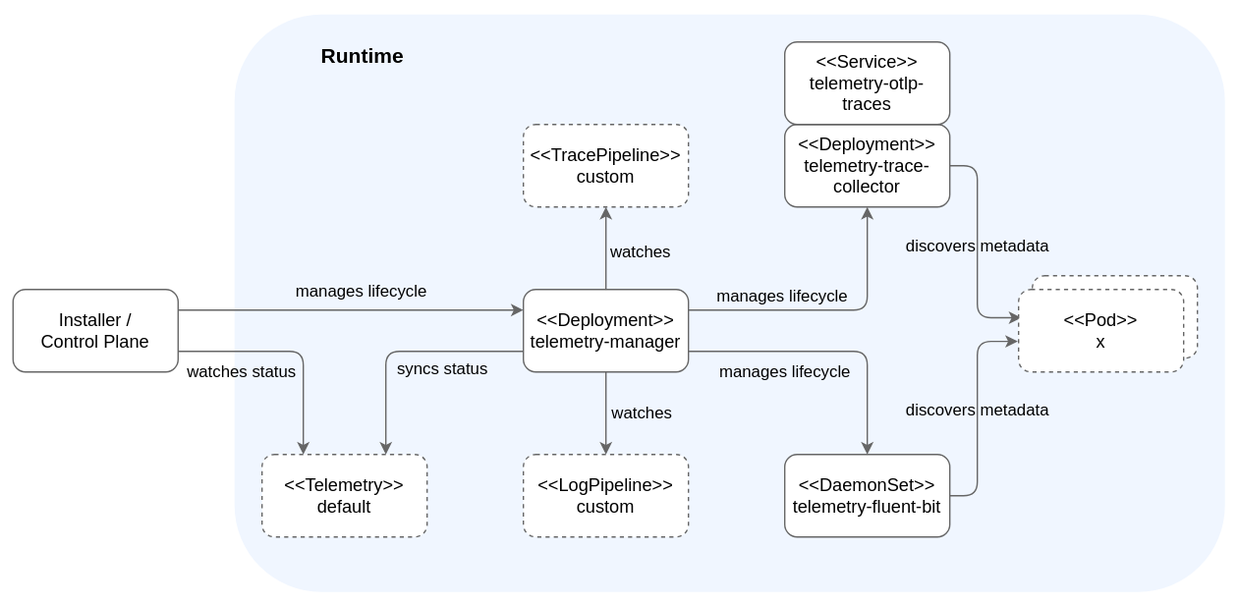
Earlier version of the draw.io export docs/user/assets/manager-lifecycle.drawio.svg (kyma-project/telemetry-manager). Source tidied: cells renumbered, new cells last; positions are measured from the earlier drawing's top-left corner, leaving out a move shared by most shapes.
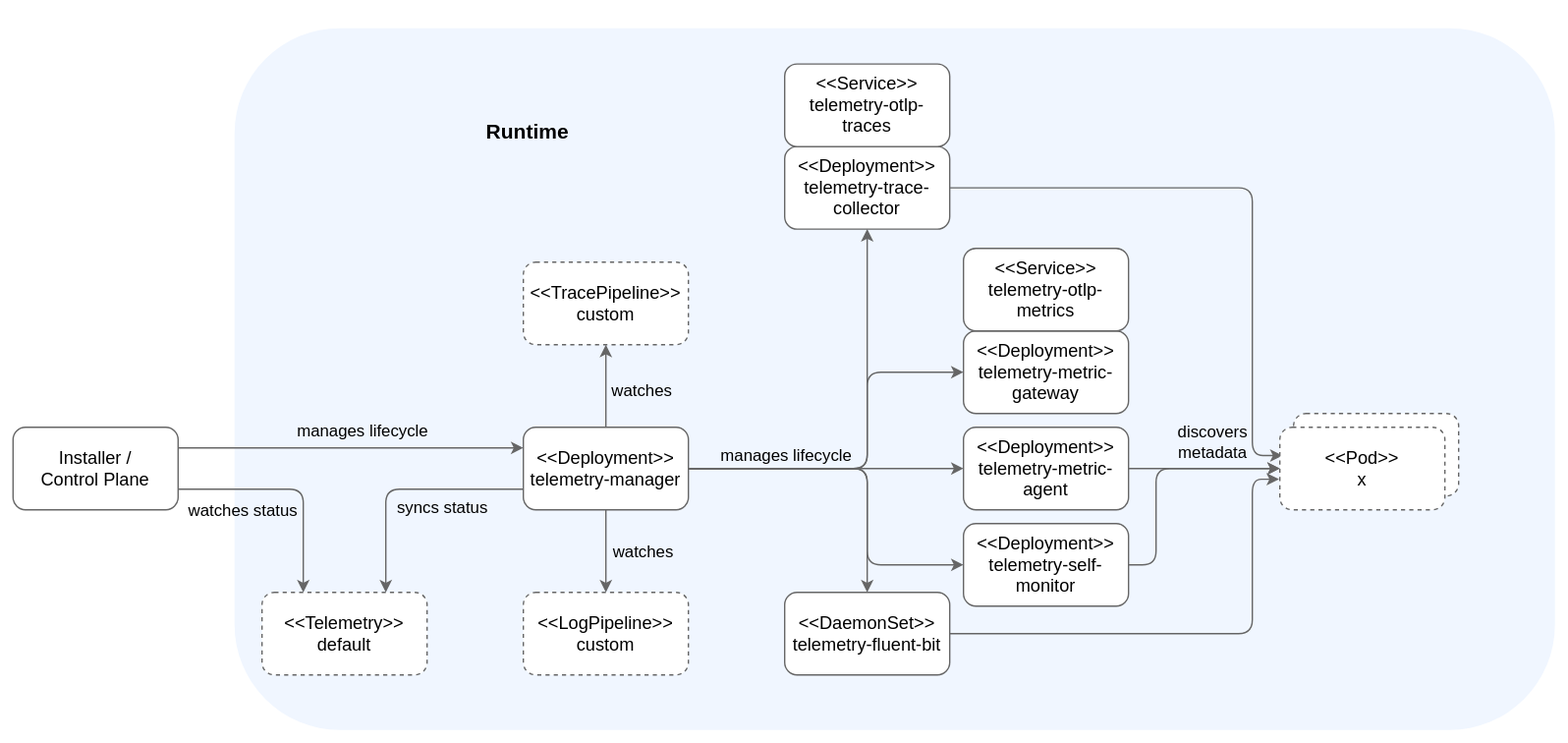
After the commit.

Commit message:
docs: Add self-monitor to architecture figures

Diff of the diagram source:
```diff
@@ -3,27 +3,22 @@
     <mxCell id="0" />
     <mxCell id="1" parent="0" />
     <mxCell id="2" style="rounded=0;whiteSpace=wrap;html=1;strokeColor=none;" parent="1" vertex="1">
-      <mxGeometry width="900" height="440" as="geometry" />
+      <mxGeometry y="-100" width="1140" height="540" as="geometry" />
     </mxCell>
     <mxCell id="3" value="&lt;b&gt;&lt;font style=&quot;font-size: 15px;&quot;&gt;Runtime&amp;nbsp; &amp;nbsp; &amp;nbsp; &amp;nbsp; &amp;nbsp; &amp;nbsp; &amp;nbsp; &amp;nbsp; &amp;nbsp; &amp;nbsp; &amp;nbsp; &amp;nbsp; &amp;nbsp; &amp;nbsp; &amp;nbsp; &amp;nbsp; &amp;nbsp; &amp;nbsp; &amp;nbsp; &amp;nbsp; &amp;nbsp; &amp;nbsp; &amp;nbsp; &amp;nbsp; &amp;nbsp; &amp;nbsp; &amp;nbsp; &amp;nbsp; &amp;nbsp; &amp;nbsp; &amp;nbsp; &amp;nbsp; &amp;nbsp; &amp;nbsp; &amp;nbsp; &amp;nbsp; &amp;nbsp; &amp;nbsp; &amp;nbsp; &amp;nbsp; &amp;nbsp; &amp;nbsp; &amp;nbsp; &amp;nbsp; &amp;nbsp; &amp;nbsp; &amp;nbsp; &amp;nbsp; &amp;nbsp; &amp;nbsp; &amp;nbsp; &amp;nbsp; &amp;nbsp; &amp;nbsp; &amp;nbsp; &amp;nbsp; &amp;nbsp; &amp;nbsp; &amp;nbsp; &amp;nbsp; &amp;nbsp; &amp;nbsp; &amp;nbsp; &amp;nbsp;&amp;nbsp;&lt;br&gt;&lt;br&gt;&lt;br&gt;&lt;br&gt;&lt;br&gt;&lt;br&gt;&lt;br&gt;&lt;br&gt;&lt;br&gt;&lt;br&gt;&lt;br&gt;&lt;br&gt;&lt;br&gt;&lt;br&gt;&lt;br&gt;&lt;br&gt;&lt;br&gt;&lt;br&gt;&lt;br&gt;&lt;br&gt;&lt;br&gt;&lt;/font&gt;&lt;/b&gt;" style="rounded=1;whiteSpace=wrap;html=1;strokeColor=none;fillColor=#F0F6FF;" parent="1" vertex="1">
-      <mxGeometry x="170" y="10" width="720" height="420" as="geometry" />
+      <mxGeometry x="170" y="-80" width="960" height="510" as="geometry" />
     </mxCell>
-    <mxCell id="4" style="edgeStyle=orthogonalEdgeStyle;html=1;exitX=1;exitY=0.25;exitDx=0;exitDy=0;entryX=0.5;entryY=1;entryDx=0;entryDy=0;elbow=vertical;rounded=1;strokeColor=#666666;" parent="1" edge="1" source="12" target="16">
+    <mxCell id="4" style="edgeStyle=orthogonalEdgeStyle;html=1;exitX=1;exitY=0.5;exitDx=0;exitDy=0;entryX=0.5;entryY=1;entryDx=0;entryDy=0;elbow=vertical;rounded=1;strokeColor=#666666;" parent="1" edge="1" source="12" target="16">
       <mxGeometry relative="1" as="geometry" />
     </mxCell>
     <mxCell id="5" value="&lt;font style=&quot;font-size: 12px;&quot;&gt;manages lifecycle&lt;/font&gt;" style="edgeLabel;html=1;align=center;verticalAlign=middle;labelBackgroundColor=none;fontSize=12;" parent="4" vertex="1">
       <mxGeometry x="0.07" y="4" relative="1" as="geometry">
-        <mxPoint x="-42" y="-6" as="offset" />
+        <mxPoint x="-56" y="22" as="offset" />
       </mxGeometry>
     </mxCell>
-    <mxCell id="6" style="edgeStyle=orthogonalEdgeStyle;rounded=1;html=1;exitX=1;exitY=0.75;exitDx=0;exitDy=0;entryX=0.5;entryY=0;entryDx=0;entryDy=0;elbow=vertical;strokeColor=#666666;" parent="1" edge="1" source="12" target="22">
+    <mxCell id="6" style="edgeStyle=orthogonalEdgeStyle;rounded=1;html=1;exitX=1;exitY=0.5;exitDx=0;exitDy=0;entryX=0.5;entryY=0;entryDx=0;entryDy=0;elbow=vertical;strokeColor=#666666;" parent="1" edge="1" source="12" target="22">
       <mxGeometry relative="1" as="geometry" />
     </mxCell>
-    <mxCell id="7" value="manages lifecycle" style="edgeLabel;html=1;align=center;verticalAlign=middle;fontSize=12;labelBackgroundColor=none;" parent="6" vertex="1">
-      <mxGeometry x="0.46" y="2" relative="1" as="geometry">
-        <mxPoint x="-62" y="-5" as="offset" />
-      </mxGeometry>
-    </mxCell>
     <mxCell id="8" style="edgeStyle=orthogonalEdgeStyle;rounded=1;html=1;exitX=0.5;exitY=0;exitDx=0;exitDy=0;entryX=0.5;entryY=1;entryDx=0;entryDy=0;elbow=vertical;strokeColor=#666666;" parent="1" edge="1" source="12" target="23">
       <mxGeometry relative="1" as="geometry" />
     </mxCell>
@@ -44,23 +39,23 @@
       <mxGeometry x="380" y="210" width="120" height="60" as="geometry" />
     </mxCell>
     <mxCell id="13" value="&amp;lt;&amp;lt;Pod&amp;gt;&amp;gt;&lt;br&gt;all" style="rounded=1;whiteSpace=wrap;html=1;dashed=1;strokeColor=#666666;" parent="1" vertex="1">
-      <mxGeometry x="750" y="200" width="120" height="60" as="geometry" />
+      <mxGeometry x="940" y="200" width="120" height="60" as="geometry" />
     </mxCell>
     <mxCell id="14" style="edgeStyle=orthogonalEdgeStyle;rounded=1;html=1;exitX=1;exitY=0.5;exitDx=0;exitDy=0;entryX=0.016;entryY=0.343;entryDx=0;entryDy=0;elbow=vertical;strokeColor=#666666;entryPerimeter=0;" parent="1" edge="1" source="16" target="24">
       <mxGeometry relative="1" as="geometry">
         <Array as="points">
-          <mxPoint x="710" y="120" />
-          <mxPoint x="710" y="231" />
+          <mxPoint x="910" y="36" />
+          <mxPoint x="910" y="231" />
         </Array>
       </mxGeometry>
     </mxCell>
-    <mxCell id="15" value="discovers metadata" style="edgeLabel;html=1;align=center;verticalAlign=middle;fontSize=12;labelBackgroundColor=none;" parent="14" vertex="1">
+    <mxCell id="15" value="discovers&lt;div&gt;metadata&lt;/div&gt;" style="edgeLabel;html=1;align=center;verticalAlign=middle;fontSize=12;labelBackgroundColor=none;" parent="14" vertex="1">
       <mxGeometry x="-0.1" relative="1" as="geometry">
-        <mxPoint y="6" as="offset" />
+        <mxPoint x="-6" y="184" as="offset" />
       </mxGeometry>
     </mxCell>
     <mxCell id="16" value="&lt;font style=&quot;font-size: 13px;&quot;&gt;&amp;lt;&amp;lt;Deployment&amp;gt;&amp;gt;&lt;br&gt;telemetry-trace-collector&lt;/font&gt;" style="rounded=1;whiteSpace=wrap;html=1;strokeColor=#666666;" parent="1" vertex="1">
-      <mxGeometry x="570" y="90" width="120" height="60" as="geometry" />
+      <mxGeometry x="570" y="6" width="120" height="60" as="geometry" />
     </mxCell>
     <mxCell id="17" style="edgeStyle=orthogonalEdgeStyle;rounded=1;html=1;exitX=1;exitY=0.75;exitDx=0;exitDy=0;entryX=0.25;entryY=0;entryDx=0;entryDy=0;elbow=vertical;strokeColor=#666666;" parent="1" edge="1" source="19" target="27">
       <mxGeometry relative="1" as="geometry">
@@ -80,16 +75,11 @@
     <mxCell id="20" style="edgeStyle=orthogonalEdgeStyle;rounded=1;html=1;exitX=1;exitY=0.5;exitDx=0;exitDy=0;entryX=-0.005;entryY=0.63;entryDx=0;entryDy=0;elbow=vertical;strokeColor=#666666;entryPerimeter=0;" parent="1" edge="1" source="22" target="24">
       <mxGeometry relative="1" as="geometry">
         <Array as="points">
-          <mxPoint x="710" y="360" />
-          <mxPoint x="710" y="248" />
+          <mxPoint x="910" y="360" />
+          <mxPoint x="910" y="248" />
         </Array>
       </mxGeometry>
     </mxCell>
-    <mxCell id="21" value="discovers metadata" style="edgeLabel;html=1;align=center;verticalAlign=middle;fontSize=12;labelBackgroundColor=none;" parent="20" vertex="1">
-      <mxGeometry x="0.2" y="-1" relative="1" as="geometry">
-        <mxPoint x="-1" y="15" as="offset" />
-      </mxGeometry>
-    </mxCell>
     <mxCell id="22" value="&amp;lt;&amp;lt;DaemonSet&amp;gt;&amp;gt;&lt;br style=&quot;font-size: 13px;&quot;&gt;telemetry-fluent-bit" style="rounded=1;whiteSpace=wrap;html=1;strokeColor=#666666;fontSize=13;" parent="1" vertex="1">
       <mxGeometry x="570" y="330" width="120" height="60" as="geometry" />
     </mxCell>
@@ -97,13 +87,13 @@
       <mxGeometry x="380" y="90" width="120" height="60" as="geometry" />
     </mxCell>
     <mxCell id="24" value="&lt;font style=&quot;font-size: 13px;&quot;&gt;&amp;lt;&amp;lt;Pod&amp;gt;&amp;gt;&lt;br&gt;x&lt;/font&gt;" style="rounded=1;whiteSpace=wrap;html=1;dashed=1;strokeColor=#666666;" parent="1" vertex="1">
-      <mxGeometry x="740" y="210" width="120" height="60" as="geometry" />
+      <mxGeometry x="930" y="210" width="120" height="60" as="geometry" />
     </mxCell>
     <mxCell id="25" value="&amp;lt;&amp;lt;LogPipeline&amp;gt;&amp;gt;&lt;br style=&quot;font-size: 13px;&quot;&gt;custom" style="rounded=1;whiteSpace=wrap;html=1;dashed=1;strokeColor=#666666;fontSize=13;" parent="1" vertex="1">
       <mxGeometry x="380" y="330" width="120" height="60" as="geometry" />
     </mxCell>
     <mxCell id="26" value="&amp;lt;&amp;lt;Service&amp;gt;&amp;gt;&lt;br style=&quot;font-size: 13px;&quot;&gt;telemetry-otlp-traces" style="rounded=1;whiteSpace=wrap;html=1;strokeColor=#666666;fontSize=13;" parent="1" vertex="1">
-      <mxGeometry x="570" y="30" width="120" height="60" as="geometry" />
+      <mxGeometry x="570" y="-54" width="120" height="60" as="geometry" />
     </mxCell>
     <mxCell id="27" value="&amp;lt;&amp;lt;Telemetry&amp;gt;&amp;gt;&lt;br style=&quot;font-size: 13px;&quot;&gt;default" style="rounded=1;whiteSpace=wrap;html=1;dashed=1;strokeColor=#666666;fontSize=13;" parent="1" vertex="1">
       <mxGeometry x="190" y="330" width="120" height="60" as="geometry" />
@@ -124,5 +114,52 @@
         <mxPoint x="-57" y="-14" as="offset" />
       </mxGeometry>
     </mxCell>
+    <mxCell id="32" value="&amp;lt;&amp;lt;Deployment&amp;gt;&amp;gt;&lt;br style=&quot;font-size: 13px;&quot;&gt;telemetry-self-monitor" style="rounded=1;whiteSpace=wrap;html=1;strokeColor=#666666;fontSize=13;" parent="1" vertex="1">
+      <mxGeometry x="700" y="280" width="120" height="60" as="geometry" />
+    </mxCell>
+    <mxCell id="33" value="&amp;lt;&amp;lt;Deployment&amp;gt;&amp;gt;&lt;br style=&quot;font-size: 13px;&quot;&gt;telemetry-metric-gateway" style="rounded=1;whiteSpace=wrap;html=1;strokeColor=#666666;fontSize=13;" parent="1" vertex="1">
+      <mxGeometry x="700" y="140" width="120" height="60" as="geometry" />
+    </mxCell>
+    <mxCell id="34" value="&amp;lt;&amp;lt;Deployment&amp;gt;&amp;gt;&lt;br style=&quot;font-size: 13px;&quot;&gt;telemetry-metric-agent" style="rounded=1;whiteSpace=wrap;html=1;strokeColor=#666666;fontSize=13;" parent="1" vertex="1">
+      <mxGeometry x="700" y="210" width="120" height="60" as="geometry" />
+    </mxCell>
+    <mxCell id="35" style="edgeStyle=orthogonalEdgeStyle;html=1;exitX=1;exitY=0.5;exitDx=0;exitDy=0;entryX=0;entryY=0.5;entryDx=0;entryDy=0;elbow=vertical;rounded=1;strokeColor=#666666;" parent="1" edge="1" source="12" target="33">
+      <mxGeometry relative="1" as="geometry">
+        <Array as="points">
+          <mxPoint x="630" y="240" />
+          <mxPoint x="630" y="170" />
+        </Array>
+      </mxGeometry>
+    </mxCell>
+    <mxCell id="36" style="edgeStyle=orthogonalEdgeStyle;rounded=1;html=1;exitX=1;exitY=0.5;exitDx=0;exitDy=0;entryX=0;entryY=0.5;entryDx=0;entryDy=0;elbow=vertical;strokeColor=#666666;" parent="1" edge="1" source="12" target="34">
+      <mxGeometry relative="1" as="geometry" />
+    </mxCell>
+    <mxCell id="37" style="edgeStyle=orthogonalEdgeStyle;rounded=1;html=1;exitX=1;exitY=0.5;exitDx=0;exitDy=0;entryX=0;entryY=0.5;entryDx=0;entryDy=0;elbow=vertical;strokeColor=#666666;" parent="1" edge="1" source="12" target="32">
+      <mxGeometry relative="1" as="geometry">
+        <Array as="points">
+          <mxPoint x="630" y="240" />
+          <mxPoint x="630" y="310" />
+        </Array>
+      </mxGeometry>
+    </mxCell>
+    <mxCell id="38" style="edgeStyle=orthogonalEdgeStyle;rounded=1;html=1;exitX=1;exitY=0.5;exitDx=0;exitDy=0;entryX=0;entryY=0.5;entryDx=0;entryDy=0;elbow=vertical;strokeColor=#666666;" parent="1" edge="1" source="34" target="24">
+      <mxGeometry relative="1" as="geometry">
+        <Array as="points">
+          <mxPoint x="860" y="240" />
+          <mxPoint x="860" y="240" />
+        </Array>
+      </mxGeometry>
+    </mxCell>
+    <mxCell id="39" style="edgeStyle=orthogonalEdgeStyle;rounded=1;html=1;exitX=1;exitY=0.5;exitDx=0;exitDy=0;entryX=0;entryY=0.5;entryDx=0;entryDy=0;elbow=vertical;strokeColor=#666666;" parent="1" edge="1" source="32" target="24">
+      <mxGeometry relative="1" as="geometry">
+        <Array as="points">
+          <mxPoint x="840" y="310" />
+          <mxPoint x="840" y="240" />
+        </Array>
+      </mxGeometry>
+    </mxCell>
+    <mxCell id="40" value="&amp;lt;&amp;lt;Service&amp;gt;&amp;gt;&lt;br style=&quot;font-size: 13px;&quot;&gt;telemetry-otlp-metrics" style="rounded=1;whiteSpace=wrap;html=1;strokeColor=#666666;fontSize=13;" parent="1" vertex="1">
+      <mxGeometry x="700" y="80" width="120" height="60" as="geometry" />
+    </mxCell>
   </root>
 </mxGraphModel>
```
